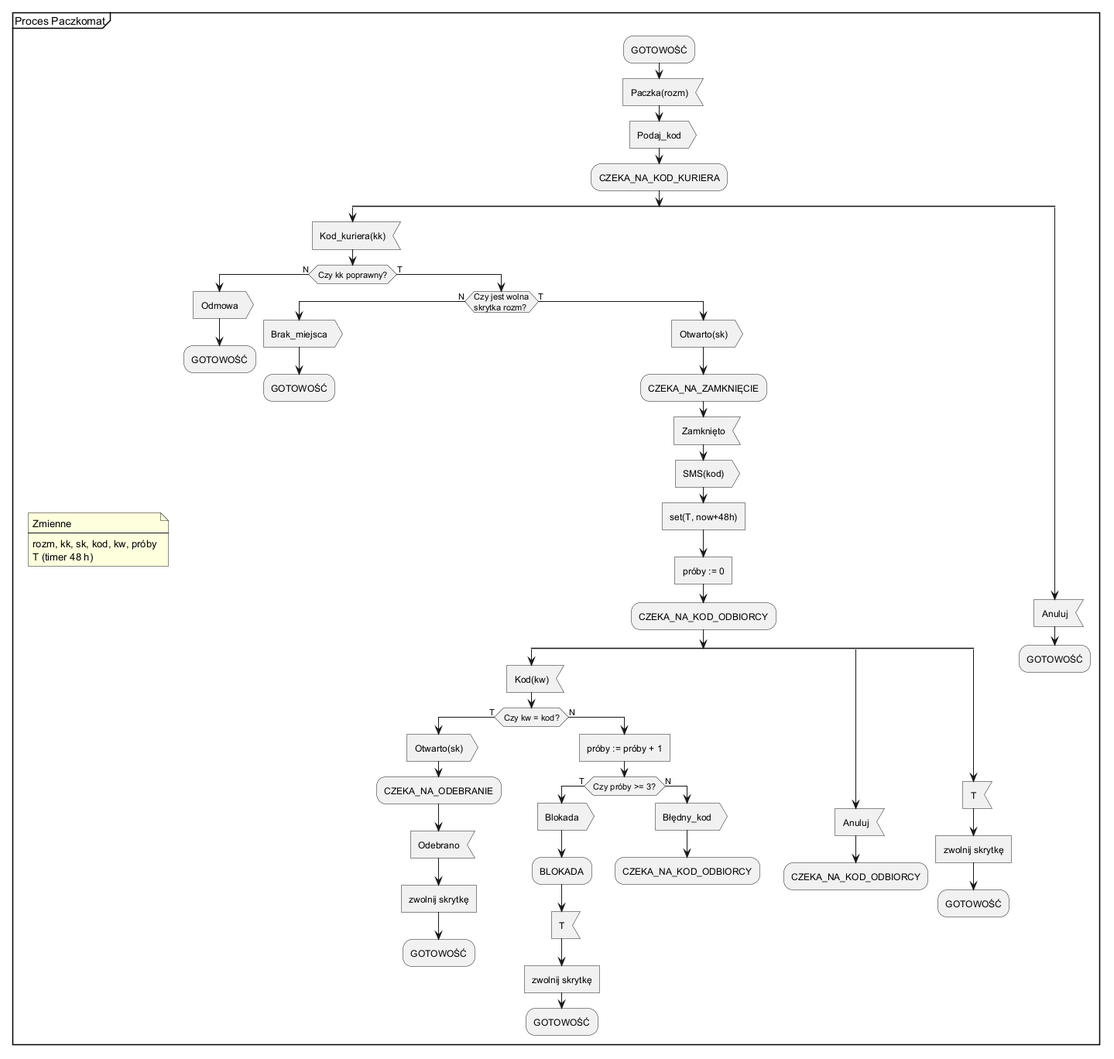
Earlier version of the PlantUML export project/parcel-locker-process.png (al3m1x/com-soft-for-internet-of-things).
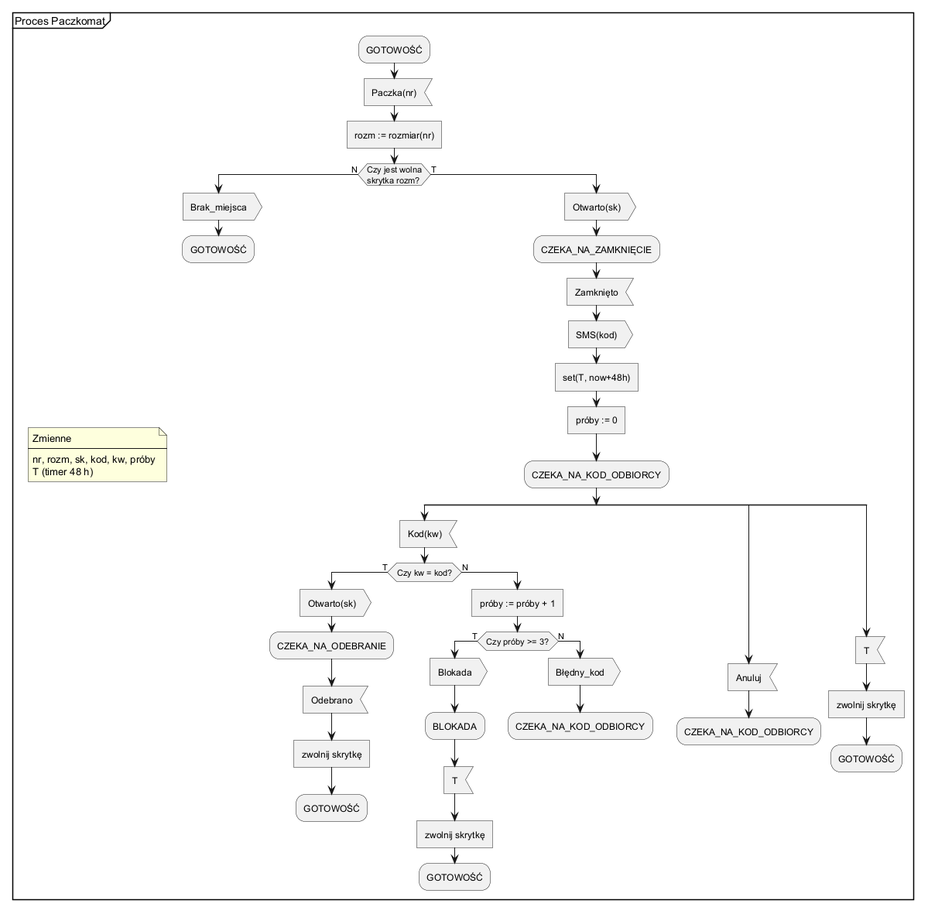
After the change.

Commit message:
Simplify courier flow: scan parcel, box opens, insert and close

Diff of the diagram source:
```diff
@@ -3,72 +3,58 @@
     note
         Zmienne
         ----
-        rozm, kk, sk, kod, kw, próby
+        nr, rozm, sk, kod, kw, próby
         T (timer 48 h)
     end note
     :GOTOWOŚĆ;
-    :Paczka(rozm); <<input>>
-    :Podaj_kod; <<output>>
-    :CZEKA_NA_KOD_KURIERA;
-    split
-        :Kod_kuriera(kk); <<input>>
-        if (Czy kk poprawny?) then (N)
-            :Odmowa; <<output>>
-            :GOTOWOŚĆ;
-            detach
-        else (T)
-            if (Czy jest wolna\nskrytka rozm?) then (N)
-                :Brak_miejsca; <<output>>
+    :Paczka(nr); <<input>>
+    :rozm := rozmiar(nr); <<task>>
+    if (Czy jest wolna\nskrytka rozm?) then (N)
+        :Brak_miejsca; <<output>>
+        :GOTOWOŚĆ;
+        detach
+    else (T)
+        :Otwarto(sk); <<output>>
+        :CZEKA_NA_ZAMKNIĘCIE;
+        :Zamknięto; <<input>>
+        :SMS(kod); <<output>>
+        :set(T, now+48h); <<task>>
+        :próby := 0; <<task>>
+        :CZEKA_NA_KOD_ODBIORCY;
+        split
+            :Kod(kw); <<input>>
+            if (Czy kw = kod?) then (T)
+                :Otwarto(sk); <<output>>
+                :CZEKA_NA_ODEBRANIE;
+                :Odebrano; <<input>>
+                :zwolnij skrytkę; <<task>>
                 :GOTOWOŚĆ;
                 detach
-            else (T)
-                :Otwarto(sk); <<output>>
-                :CZEKA_NA_ZAMKNIĘCIE;
-                :Zamknięto; <<input>>
-                :SMS(kod); <<output>>
-                :set(T, now+48h); <<task>>
-                :próby := 0; <<task>>
-                :CZEKA_NA_KOD_ODBIORCY;
-                split
-                    :Kod(kw); <<input>>
-                    if (Czy kw = kod?) then (T)
-                        :Otwarto(sk); <<output>>
-                        :CZEKA_NA_ODEBRANIE;
-                        :Odebrano; <<input>>
-                        :zwolnij skrytkę; <<task>>
-                        :GOTOWOŚĆ;
-                        detach
-                    else (N)
-                        :próby := próby + 1; <<task>>
-                        if (Czy próby >= 3?) then (T)
-                            :Blokada; <<output>>
-                            :BLOKADA;
-                            :T; <<input>>
-                            :zwolnij skrytkę; <<task>>
-                            :GOTOWOŚĆ;
-                            detach
-                        else (N)
-                            :Błędny_kod; <<output>>
-                            :CZEKA_NA_KOD_ODBIORCY;
-                            detach
-                        endif
-                    endif
-                split again
-                    :Anuluj; <<input>>
-                    :CZEKA_NA_KOD_ODBIORCY;
-                    detach
-                split again
+            else (N)
+                :próby := próby + 1; <<task>>
+                if (Czy próby >= 3?) then (T)
+                    :Blokada; <<output>>
+                    :BLOKADA;
                     :T; <<input>>
                     :zwolnij skrytkę; <<task>>
                     :GOTOWOŚĆ;
                     detach
-                end split
+                else (N)
+                    :Błędny_kod; <<output>>
+                    :CZEKA_NA_KOD_ODBIORCY;
+                    detach
+                endif
             endif
-        endif
-    split again
-        :Anuluj; <<input>>
-        :GOTOWOŚĆ;
-        detach
-    end split
+        split again
+            :Anuluj; <<input>>
+            :CZEKA_NA_KOD_ODBIORCY;
+            detach
+        split again
+            :T; <<input>>
+            :zwolnij skrytkę; <<task>>
+            :GOTOWOŚĆ;
+            detach
+        end split
+    endif
 }
 @enduml
```
